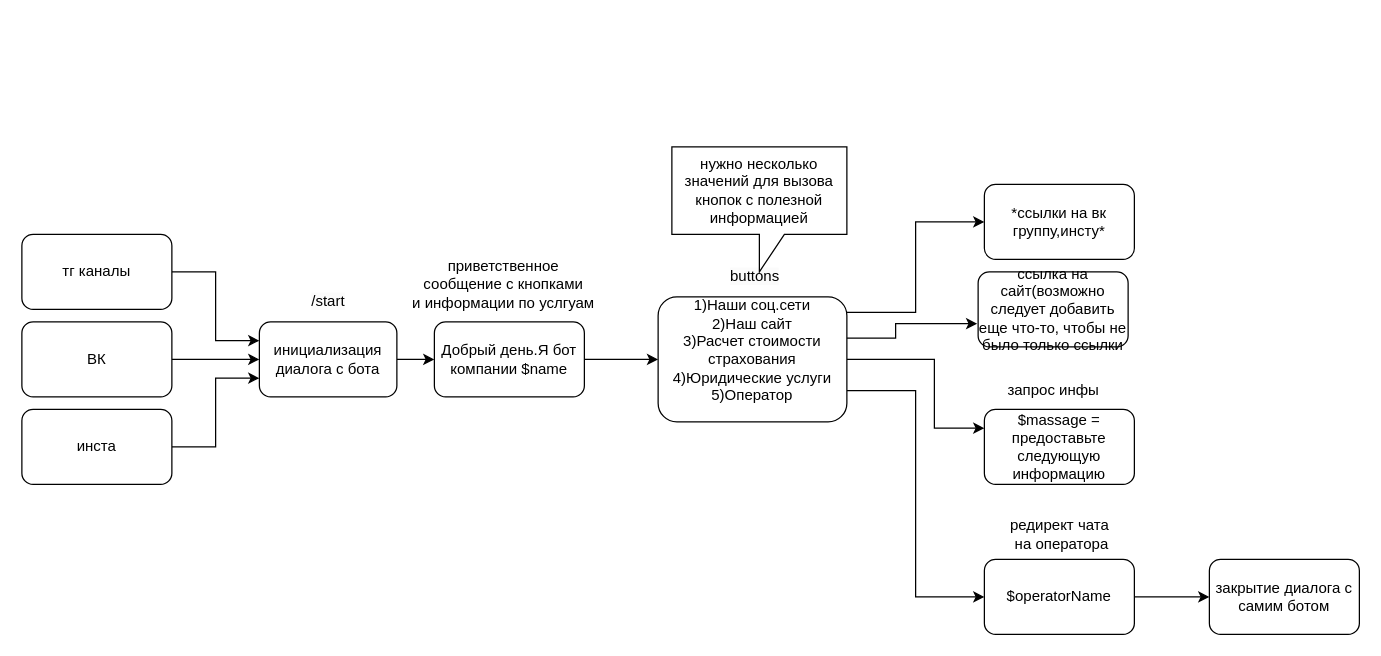
Sarventiel/TG_botik keeps this draw.io diagram as Диаграмма без названия.drawio. Above is the earlier version. Source tidied: cells renumbered, new cells numbered last; positions are measured from the earlier drawing's top-left corner, leaving out a move shared by most shapes. Both pictures are drawn from the tidied source at 125%, with x=0, y=0 at pixel (21, 146).
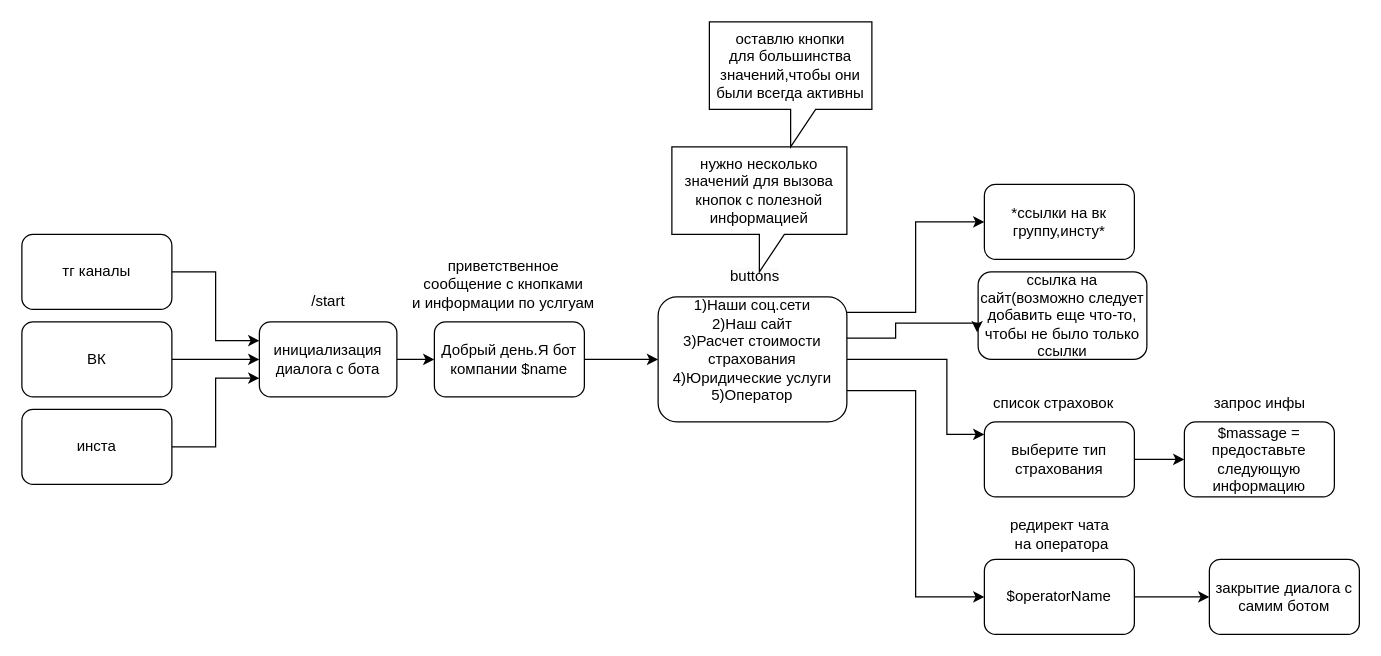
The same page after the edit.

Commit message (it also covers changes not shown here):
Обновление Диаграмма тг_бот.drawio

The change refers to these unchanged cells:
```xml
<mxCell id="7" value="1)Наши соц.сети&lt;div&gt;2)Наш сайт&lt;br&gt;&lt;div&gt;&lt;span style=&quot;background-color: initial;&quot;&gt;3)&lt;/span&gt;&lt;span style=&quot;background-color: initial;&quot;&gt;Расчет стоимости страхования&lt;/span&gt;&lt;br&gt;&lt;/div&gt;&lt;div&gt;4)&lt;span style=&quot;background-color: initial;&quot;&gt;Юридические услуги&lt;/span&gt;&lt;/div&gt;&lt;div&gt;&lt;span style=&quot;background-color: initial;&quot;&gt;5)&lt;/span&gt;&lt;span style=&quot;background-color: initial;&quot;&gt;Оператор&lt;/span&gt;&lt;/div&gt;&lt;div&gt;&lt;br&gt;&lt;/div&gt;&lt;/div&gt;" style="rounded=1;whiteSpace=wrap;html=1;" parent="1" vertex="1">
  <mxGeometry x="509" y="120" width="151" height="100" as="geometry" />
</mxCell>
```

Change to the diagram source:
```diff
@@
-    <mxCell id="5" style="edgeStyle=orthogonalEdgeStyle;rounded=0;jettySize=auto;html=1;entryX=0;entryY=0.25;entryDx=0;entryDy=0;" parent="1" edge="1" source="7" target="22">
-      <mxGeometry relative="1" as="geometry">
-        <Array as="points">
-          <mxPoint x="730" y="170" />
-          <mxPoint x="730" y="225" />
-        </Array>
-      </mxGeometry>
-    </mxCell>
@@
+    <mxCell id="29" style="edgeStyle=orthogonalEdgeStyle;rounded=0;jettySize=auto;html=1;" parent="1" edge="1" source="7" target="32">
+      <mxGeometry relative="1" as="geometry">
+        <Array as="points">
+          <mxPoint x="740" y="170" />
+          <mxPoint x="740" y="230" />
+        </Array>
+      </mxGeometry>
+    </mxCell>
@@
     <mxCell id="21" value="ссылка на сайт(возможно следует добавить еще что-то, чтобы не было только ссылки" style="rounded=1;whiteSpace=wrap;html=1;" parent="1" vertex="1">
-      <mxGeometry x="765" y="100" width="120" height="60" as="geometry" />
+      <mxGeometry x="765" y="100" width="135" height="70" as="geometry" />
     </mxCell>
     <mxCell id="22" value="$massage = предоставьте следующую информацию" style="rounded=1;whiteSpace=wrap;html=1;" parent="1" vertex="1">
-      <mxGeometry x="770" y="210" width="120" height="60" as="geometry" />
+      <mxGeometry x="930" y="220" width="120" height="60" as="geometry" />
     </mxCell>
@@
     <mxCell id="27" value="запрос инфы" style="text;html=1;align=center;verticalAlign=middle;strokeColor=none;fillColor=none;" parent="1" vertex="1">
-      <mxGeometry x="775" y="180" width="100" height="30" as="geometry" />
+      <mxGeometry x="940" y="190" width="100" height="30" as="geometry" />
     </mxCell>
@@
+    <mxCell id="30" value="оставлю кнопки&lt;div&gt;для большинства значений,чтобы они были всегда активны&lt;/div&gt;" style="shape=callout;whiteSpace=wrap;html=1;perimeter=calloutPerimeter;" parent="1" vertex="1">
+      <mxGeometry x="550" y="-100" width="130" height="100" as="geometry" />
+    </mxCell>
+    <mxCell id="31" style="edgeStyle=orthogonalEdgeStyle;rounded=0;jettySize=auto;html=1;entryX=0;entryY=0.5;entryDx=0;entryDy=0;" parent="1" edge="1" source="32" target="22">
+      <mxGeometry relative="1" as="geometry" />
+    </mxCell>
+    <mxCell id="32" value="выберите тип страхования" style="rounded=1;whiteSpace=wrap;html=1;" parent="1" vertex="1">
+      <mxGeometry x="770" y="220" width="120" height="60" as="geometry" />
+    </mxCell>
+    <mxCell id="33" value="список страховок" style="text;html=1;align=center;verticalAlign=middle;strokeColor=none;fillColor=none;" parent="1" vertex="1">
+      <mxGeometry x="765" y="190" width="120" height="30" as="geometry" />
+    </mxCell>
```
